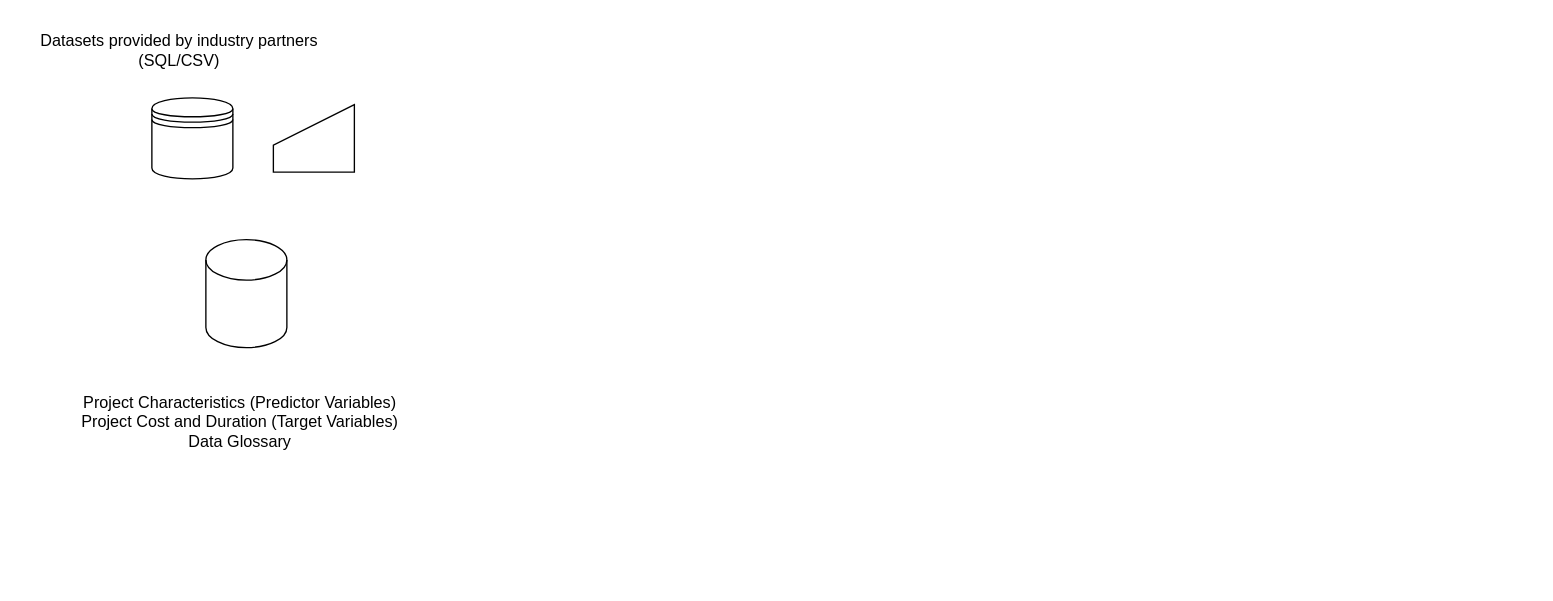
Earlier version of the draw.io diagram research framework.drawio (datou7119/Figures). Source tidied: cells renumbered, new cells numbered last; positions are measured from the earlier drawing's top-left corner, leaving out a move shared by most shapes. Both pictures are drawn from the tidied source at 135%, with x=0, y=0 at pixel (23, 23).
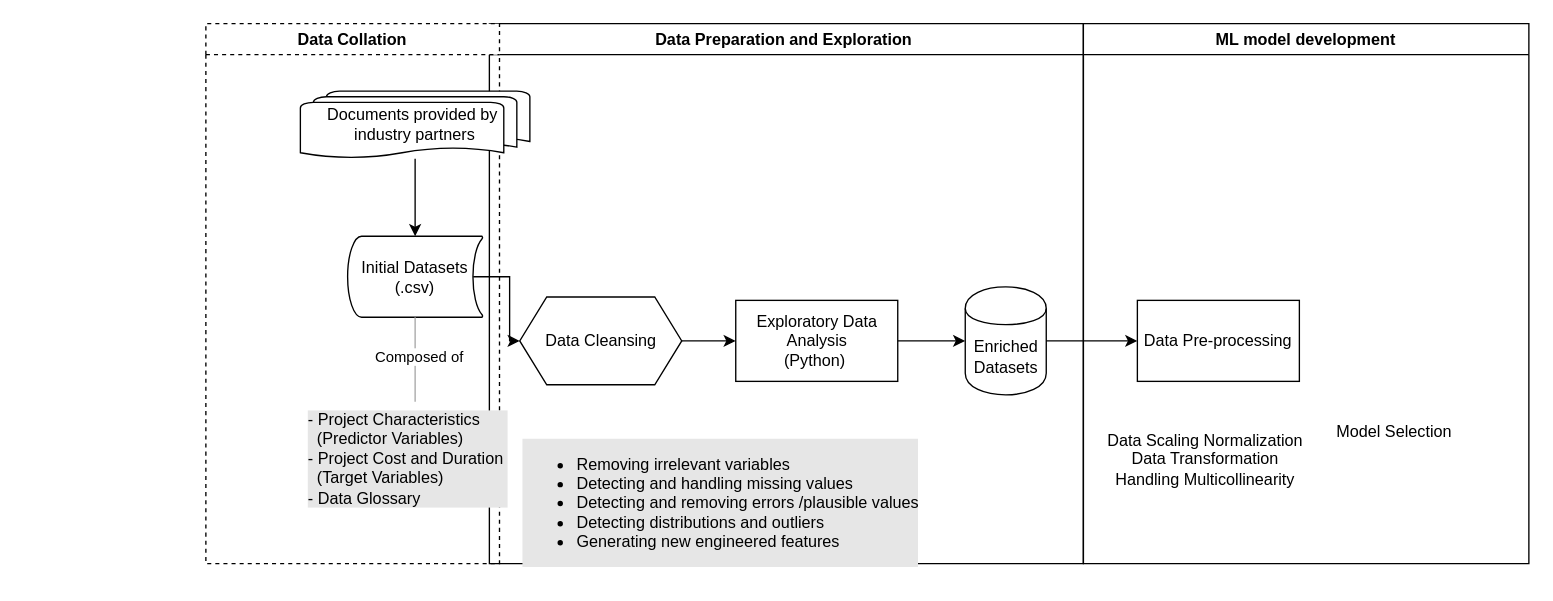
Above is the later version.

The edit, as a diff of the source:
```diff
@@
-    <mxCell id="2" style="shape=manualInput;whiteSpace=wrap;html=1;" parent="1" vertex="1">
-      <mxGeometry x="185" y="60" width="60" height="50" as="geometry" />
-    </mxCell>
-    <mxCell id="3" style="shape=datastore;whiteSpace=wrap;html=1;" parent="1" vertex="1">
-      <mxGeometry x="95" y="55" width="60" height="60" as="geometry" />
-    </mxCell>
-    <mxCell id="4" style="shape=cylinder3;whiteSpace=wrap;html=1;boundedLbl=1;backgroundOutline=1;size=15;" parent="1" vertex="1">
-      <mxGeometry x="135" y="160" width="60" height="80" as="geometry" />
-    </mxCell>
-    <mxCell id="5" value="Datasets provided by industry partners&lt;br&gt;(SQL/CSV)" style="text;html=1;align=center;verticalAlign=middle;strokeColor=none;fillColor=none;" parent="1" vertex="1">
-      <mxGeometry width="230" height="40" as="geometry" />
-    </mxCell>
+    <mxCell id="7" value="Data Preparation and Exploration " style="swimlane;" parent="1" vertex="1">
+      <mxGeometry x="345" width="440" height="400" as="geometry" />
+    </mxCell>
+    <mxCell id="8" value="&lt;ul&gt;&lt;li&gt;&lt;span style=&quot;&quot;&gt;Removing irrelevant variables&lt;/span&gt;&lt;/li&gt;&lt;li&gt;&lt;span style=&quot;&quot;&gt;Detecting and handling missing values&lt;/span&gt;&lt;/li&gt;&lt;li&gt;&lt;span style=&quot;&quot;&gt;Detecting and removing errors /plausible values&lt;/span&gt;&lt;/li&gt;&lt;li&gt;&lt;span style=&quot;&quot;&gt;Detecting distributions and&amp;nbsp;&lt;/span&gt;outliers&lt;/li&gt;&lt;li&gt;Generating new engineered features&lt;/li&gt;&lt;/ul&gt;" style="text;html=1;align=left;verticalAlign=middle;strokeColor=none;fillColor=none;labelBackgroundColor=#E6E6E6;" parent="7" vertex="1">
+      <mxGeometry x="22.5" y="300" width="320" height="110" as="geometry" />
+    </mxCell>
+    <mxCell id="9" style="edgeStyle=orthogonalEdgeStyle;rounded=0;jettySize=auto;html=1;" parent="7" edge="1" source="10" target="12">
+      <mxGeometry relative="1" as="geometry" />
+    </mxCell>
+    <mxCell id="10" value="Data Cleansing" style="shape=hexagon;perimeter=hexagonPerimeter2;whiteSpace=wrap;html=1;fixedSize=1;" parent="7" vertex="1">
+      <mxGeometry x="22.5" y="202.5" width="120" height="65" as="geometry" />
+    </mxCell>
+    <mxCell id="11" style="edgeStyle=orthogonalEdgeStyle;rounded=0;jettySize=auto;html=1;" parent="7" edge="1" source="12" target="13">
+      <mxGeometry relative="1" as="geometry" />
+    </mxCell>
+    <mxCell id="12" value="Exploratory Data Analysis&lt;br style=&quot;border-color: var(--border-color);&quot;&gt;(Python)&amp;nbsp;" style="whiteSpace=wrap;html=1;" parent="7" vertex="1">
+      <mxGeometry x="182.5" y="205" width="120" height="60" as="geometry" />
+    </mxCell>
+    <mxCell id="13" value="Enriched Datasets" style="shape=cylinder;whiteSpace=wrap;html=1;boundedLbl=1;backgroundOutline=1;" parent="7" vertex="1">
+      <mxGeometry x="352.5" y="195" width="60" height="80" as="geometry" />
+    </mxCell>
+    <mxCell id="14" value="Data Collation" style="swimlane;labelBorderColor=none;dashed=1;" parent="1" vertex="1">
+      <mxGeometry x="135" width="217.5" height="400" as="geometry" />
+    </mxCell>
-    <mxCell id="6" value="Project Characteristics (Predictor Variables)&lt;br&gt;Project Cost and Duration (Target Variables)&lt;br&gt;Data Glossary" style="text;html=1;align=center;verticalAlign=middle;points=[];strokeColor=none;fillColor=none;" parent="1" vertex="1">
-      <mxGeometry x="30" y="265" width="260" height="60" as="geometry" />
+    <mxCell id="6" value="&lt;blockquote style=&quot;margin: 0 0 0 40px; border: none; padding: 0px;&quot;&gt;&lt;/blockquote&gt;- Project Characteristics&amp;nbsp;&lt;br&gt;&lt;blockquote style=&quot;margin: 0 0 0 40px; border: none; padding: 0px;&quot;&gt;&lt;/blockquote&gt;&amp;nbsp; (Predictor Variables)&lt;br&gt;&lt;blockquote style=&quot;margin: 0 0 0 40px; border: none; padding: 0px;&quot;&gt;&lt;/blockquote&gt;- Project Cost and Duration&amp;nbsp;&lt;br&gt;&lt;blockquote style=&quot;margin: 0 0 0 40px; border: none; padding: 0px;&quot;&gt;&lt;/blockquote&gt;&amp;nbsp; (Target Variables)&lt;br&gt;- Data Glossary" style="text;html=1;align=left;verticalAlign=top;points=[];strokeColor=none;fillColor=none;labelBackgroundColor=#E6E6E6;labelBorderColor=none;spacingTop=0;spacingLeft=-6;spacingRight=-7;flipV=1;flipH=1;imageWidth=17;imageHeight=20;imageAspect=0;" parent="14" vertex="1">
+      <mxGeometry x="80" y="280" width="150" height="80" as="geometry" />
     </mxCell>
+    <mxCell id="15" value="Initial Datasets&lt;br style=&quot;border-color: var(--border-color);&quot;&gt;(.csv)" style="strokeWidth=1;html=1;shape=mxgraph.flowchart.stored_data;whiteSpace=wrap;" parent="14" vertex="1">
+      <mxGeometry x="105" y="157.5" width="100" height="60" as="geometry" />
+    </mxCell>
+    <mxCell id="16" style="edgeStyle=orthogonalEdgeStyle;rounded=0;jettySize=auto;html=1;" parent="14" edge="1" source="17" target="15">
+      <mxGeometry relative="1" as="geometry" />
+    </mxCell>
+    <mxCell id="17" value="Documents provided by&amp;nbsp;&lt;br&gt;industry partners" style="strokeWidth=1;html=1;shape=mxgraph.flowchart.multi-document;whiteSpace=wrap;" parent="14" vertex="1">
+      <mxGeometry x="70" y="50" width="170" height="50" as="geometry" />
+    </mxCell>
+    <mxCell id="18" style="endArrow=none;html=1;rounded=0;entryX=0.5;entryY=1;entryDx=0;entryDy=0;entryPerimeter=0;strokeColor=#a8a8a8;" parent="14" edge="1" source="6" target="15">
+      <mxGeometry relative="1" as="geometry" />
+    </mxCell>
+    <mxCell id="19" value="Composed of" style="edgeLabel;html=1;align=center;verticalAlign=middle;" parent="18" vertex="1">
+      <mxGeometry x="0.08" y="-2" relative="1" as="geometry" />
+    </mxCell>
+    <mxCell id="20" style="edgeStyle=orthogonalEdgeStyle;rounded=0;jettySize=auto;html=1;exitX=0.93;exitY=0.5;exitDx=0;exitDy=0;exitPerimeter=0;entryX=0;entryY=0.5;entryDx=0;entryDy=0;" parent="1" edge="1" source="15" target="10">
+      <mxGeometry relative="1" as="geometry" />
+    </mxCell>
+    <mxCell id="21" style="edgeStyle=orthogonalEdgeStyle;rounded=0;jettySize=auto;html=1;" parent="1" edge="1" source="13" target="23">
+      <mxGeometry relative="1" as="geometry" />
+    </mxCell>
+    <mxCell id="22" value="ML model development" style="swimlane;" parent="1" vertex="1">
+      <mxGeometry x="785" width="330" height="400" as="geometry" />
+    </mxCell>
+    <mxCell id="23" value="Data Pre-processing" style="whiteSpace=wrap;html=1;" parent="22" vertex="1">
+      <mxGeometry x="40" y="205" width="120" height="60" as="geometry" />
+    </mxCell>
+    <mxCell id="24" value="Data Scaling Normalization&lt;br&gt;Data Transformation&lt;br&gt;Handling Multicollinearity" style="text;html=1;align=center;verticalAlign=middle;strokeColor=none;fillColor=none;" parent="1" vertex="1">
+      <mxGeometry x="790" y="293" width="170" height="60" as="geometry" />
+    </mxCell>
+    <mxCell id="25" value="Model Selection" style="text;html=1;align=center;verticalAlign=middle;strokeColor=none;fillColor=none;" parent="1" vertex="1">
+      <mxGeometry x="960" y="288" width="110" height="30" as="geometry" />
+    </mxCell>
```
